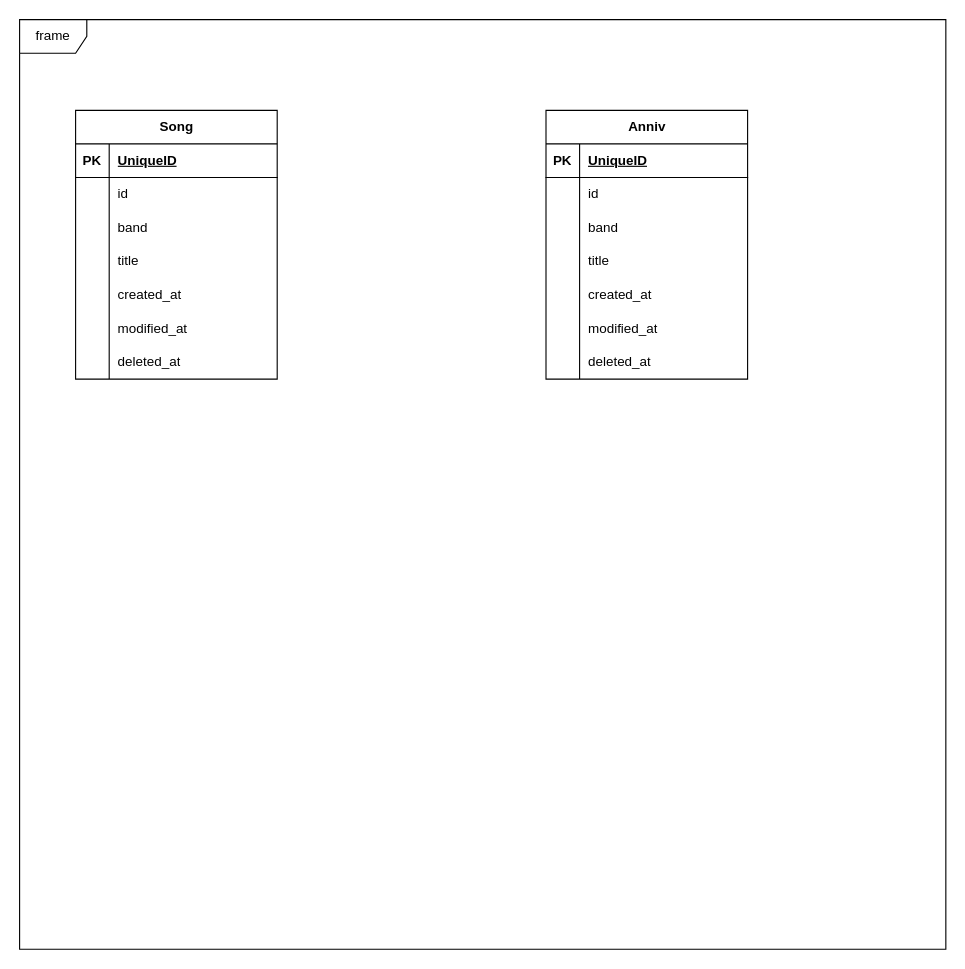
Before: heroes-anniv.drawio in arizmuajianisan/flowchart, a draw.io diagram. Source tidied: cells renumbered, new cells numbered last; positions are measured from the earlier drawing's top-left corner, leaving out a move shared by most shapes. Both pictures are drawn from the tidied source at 112%, with x=0, y=0 at pixel (19, 19).
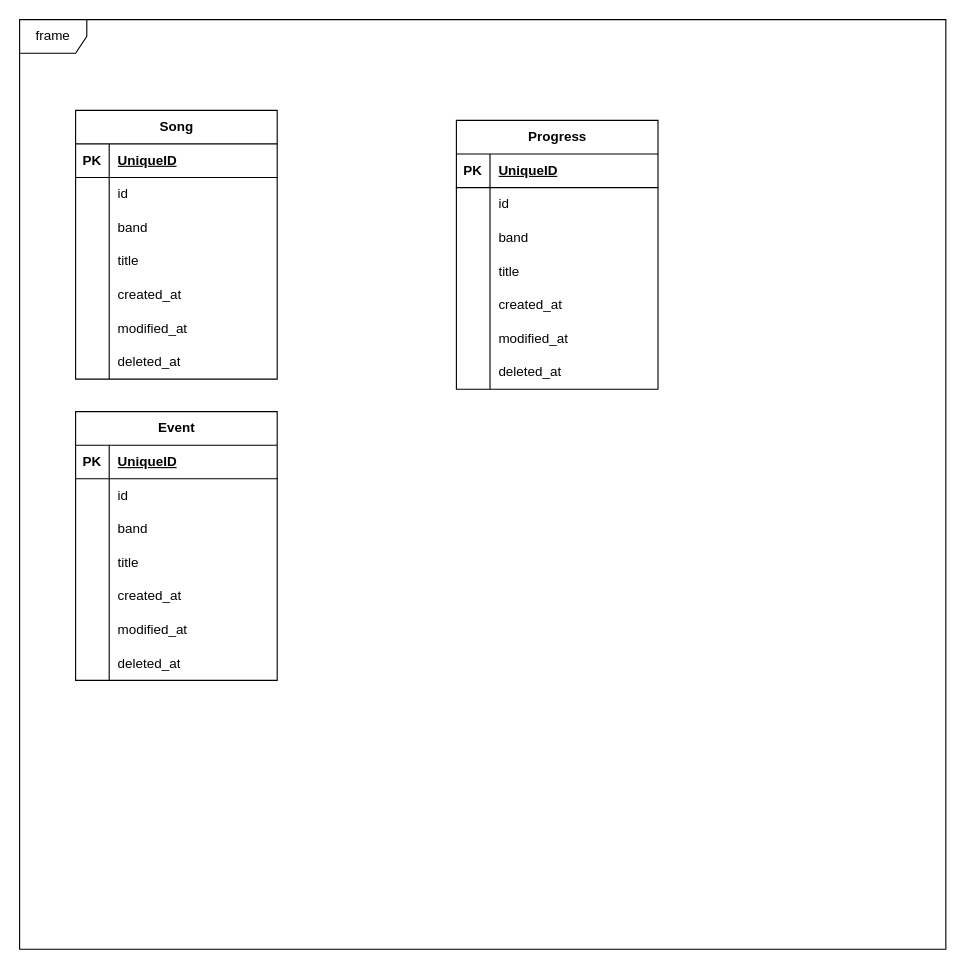
Above is the later version.

The edit, as a diff of the source:
```diff
@@
-    <mxCell id="25" value="Anniv" style="shape=table;startSize=30;childLayout=tableLayout;rowLines=0;fontStyle=1;align=center;html=1;" parent="1" vertex="1">
-      <mxGeometry x="470" y="81" width="180" height="240" as="geometry" />
+    <mxCell id="25" value="Event" style="shape=table;startSize=30;childLayout=tableLayout;rowLines=0;fontStyle=1;align=center;html=1;" parent="1" vertex="1">
+      <mxGeometry x="50" y="350" width="180" height="240" as="geometry" />
     </mxCell>
@@
+    <mxCell id="47" value="Progress" style="shape=table;startSize=30;childLayout=tableLayout;rowLines=0;fontStyle=1;align=center;html=1;" parent="1" vertex="1">
+      <mxGeometry x="390" y="90" width="180" height="240" as="geometry" />
+    </mxCell>
+    <mxCell id="48" style="shape=tableRow;horizontal=0;startSize=0;swimlaneHead=0;swimlaneBody=0;fillColor=none;top=0;left=0;right=0;bottom=1;" parent="47" vertex="1">
+      <mxGeometry y="30" width="180" height="30" as="geometry" />
+    </mxCell>
+    <mxCell id="49" value="PK" style="shape=partialRectangle;fillColor=none;top=0;left=0;bottom=0;right=0;fontStyle=1;overflow=hidden;whiteSpace=wrap;html=1;" parent="48" vertex="1">
+      <mxGeometry width="30" height="30" as="geometry" />
+    </mxCell>
+    <mxCell id="50" value="UniqueID" style="shape=partialRectangle;fillColor=none;top=0;left=0;bottom=0;right=0;align=left;spacingLeft=6;fontStyle=5;overflow=hidden;whiteSpace=wrap;html=1;" parent="48" vertex="1">
+      <mxGeometry x="30" width="150" height="30" as="geometry" />
+    </mxCell>
+    <mxCell id="51" style="shape=tableRow;horizontal=0;startSize=0;swimlaneHead=0;swimlaneBody=0;fillColor=none;top=0;left=0;right=0;bottom=0;" parent="47" vertex="1">
+      <mxGeometry y="60" width="180" height="30" as="geometry" />
+    </mxCell>
+    <mxCell id="52" style="shape=partialRectangle;fillColor=none;top=0;left=0;bottom=0;right=0;overflow=hidden;whiteSpace=wrap;html=1;" parent="51" vertex="1">
+      <mxGeometry width="30" height="30" as="geometry" />
+    </mxCell>
+    <mxCell id="53" value="id" style="shape=partialRectangle;fillColor=none;top=0;left=0;bottom=0;right=0;align=left;spacingLeft=6;overflow=hidden;whiteSpace=wrap;html=1;" parent="51" vertex="1">
+      <mxGeometry x="30" width="150" height="30" as="geometry" />
+    </mxCell>
+    <mxCell id="54" style="shape=tableRow;horizontal=0;startSize=0;swimlaneHead=0;swimlaneBody=0;fillColor=none;top=0;left=0;right=0;bottom=0;" parent="47" vertex="1">
+      <mxGeometry y="90" width="180" height="30" as="geometry" />
+    </mxCell>
+    <mxCell id="55" style="shape=partialRectangle;fillColor=none;top=0;left=0;bottom=0;right=0;overflow=hidden;whiteSpace=wrap;html=1;" parent="54" vertex="1">
+      <mxGeometry width="30" height="30" as="geometry" />
+    </mxCell>
+    <mxCell id="56" value="band" style="shape=partialRectangle;fillColor=none;top=0;left=0;bottom=0;right=0;align=left;spacingLeft=6;overflow=hidden;whiteSpace=wrap;html=1;" parent="54" vertex="1">
+      <mxGeometry x="30" width="150" height="30" as="geometry" />
+    </mxCell>
+    <mxCell id="57" style="shape=tableRow;horizontal=0;startSize=0;swimlaneHead=0;swimlaneBody=0;fillColor=none;top=0;left=0;right=0;bottom=0;" parent="47" vertex="1">
+      <mxGeometry y="120" width="180" height="30" as="geometry" />
+    </mxCell>
+    <mxCell id="58" style="shape=partialRectangle;fillColor=none;top=0;left=0;bottom=0;right=0;overflow=hidden;whiteSpace=wrap;html=1;" parent="57" vertex="1">
+      <mxGeometry width="30" height="30" as="geometry" />
+    </mxCell>
+    <mxCell id="59" value="title" style="shape=partialRectangle;fillColor=none;top=0;left=0;bottom=0;right=0;align=left;spacingLeft=6;overflow=hidden;whiteSpace=wrap;html=1;" parent="57" vertex="1">
+      <mxGeometry x="30" width="150" height="30" as="geometry" />
+    </mxCell>
+    <mxCell id="60" style="shape=tableRow;horizontal=0;startSize=0;swimlaneHead=0;swimlaneBody=0;fillColor=none;top=0;left=0;right=0;bottom=0;" parent="47" vertex="1">
+      <mxGeometry y="150" width="180" height="30" as="geometry" />
+    </mxCell>
+    <mxCell id="61" style="shape=partialRectangle;fillColor=none;top=0;left=0;bottom=0;right=0;overflow=hidden;whiteSpace=wrap;html=1;" parent="60" vertex="1">
+      <mxGeometry width="30" height="30" as="geometry" />
+    </mxCell>
+    <mxCell id="62" value="created_at" style="shape=partialRectangle;fillColor=none;top=0;left=0;bottom=0;right=0;align=left;spacingLeft=6;overflow=hidden;whiteSpace=wrap;html=1;" parent="60" vertex="1">
+      <mxGeometry x="30" width="150" height="30" as="geometry" />
+    </mxCell>
+    <mxCell id="63" style="shape=tableRow;horizontal=0;startSize=0;swimlaneHead=0;swimlaneBody=0;fillColor=none;top=0;left=0;right=0;bottom=0;" parent="47" vertex="1">
+      <mxGeometry y="180" width="180" height="30" as="geometry" />
+    </mxCell>
+    <mxCell id="64" style="shape=partialRectangle;fillColor=none;top=0;left=0;bottom=0;right=0;overflow=hidden;whiteSpace=wrap;html=1;" parent="63" vertex="1">
+      <mxGeometry width="30" height="30" as="geometry" />
+    </mxCell>
+    <mxCell id="65" value="modified_at" style="shape=partialRectangle;fillColor=none;top=0;left=0;bottom=0;right=0;align=left;spacingLeft=6;overflow=hidden;whiteSpace=wrap;html=1;" parent="63" vertex="1">
+      <mxGeometry x="30" width="150" height="30" as="geometry" />
+    </mxCell>
+    <mxCell id="66" style="shape=tableRow;horizontal=0;startSize=0;swimlaneHead=0;swimlaneBody=0;fillColor=none;top=0;left=0;right=0;bottom=0;" parent="47" vertex="1">
+      <mxGeometry y="210" width="180" height="30" as="geometry" />
+    </mxCell>
+    <mxCell id="67" style="shape=partialRectangle;fillColor=none;top=0;left=0;bottom=0;right=0;overflow=hidden;whiteSpace=wrap;html=1;" parent="66" vertex="1">
+      <mxGeometry width="30" height="30" as="geometry" />
+    </mxCell>
+    <mxCell id="68" value="deleted_at" style="shape=partialRectangle;fillColor=none;top=0;left=0;bottom=0;right=0;align=left;spacingLeft=6;overflow=hidden;whiteSpace=wrap;html=1;" parent="66" vertex="1">
+      <mxGeometry x="30" width="150" height="30" as="geometry" />
+    </mxCell>
```
